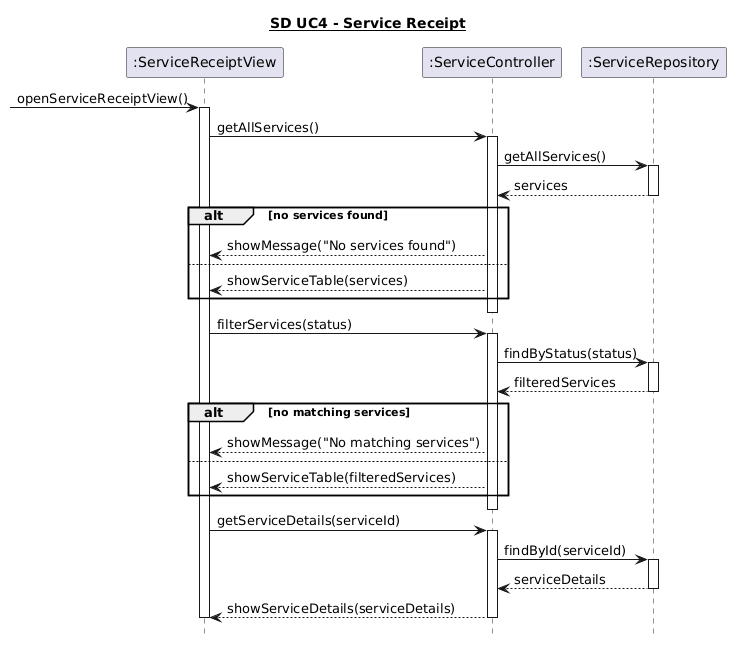
The PlantUML diagram 6. Sekvensdiagrammer/UC4_service_kvittering.png in Zoabz/Getting-Real, before a commit. Its diagram source:
```plantuml
@startuml
hide footbox
title <U>SD UC4 - Service Receipt

participant ":ServiceReceiptView" as View
participant ":ServiceController" as Controller
participant ":ServiceRepository" as Repository

[-> View : openServiceReceiptView()
activate View

View -> Controller : getAllServices()
activate Controller

Controller -> Repository : getAllServices()
activate Repository
Repository --> Controller : services
deactivate Repository

alt no services found
    Controller --> View : showMessage("No services found")

else
    Controller --> View : showServiceTable(services)
end

deactivate Controller

View -> Controller : filterServices(status)
activate Controller
Controller -> Repository : findByStatus(status)
activate Repository
Repository --> Controller : filteredServices
deactivate Repository

alt no matching services
    Controller --> View : showMessage("No matching services")
else
    Controller --> View : showServiceTable(filteredServices)
end

deactivate Controller

View -> Controller : getServiceDetails(serviceId)
activate Controller
Controller -> Repository : findById(serviceId)
activate Repository
Repository --> Controller : serviceDetails
deactivate Repository
Controller --> View : showServiceDetails(serviceDetails)

deactivate Controller
deactivate View
@enduml
```
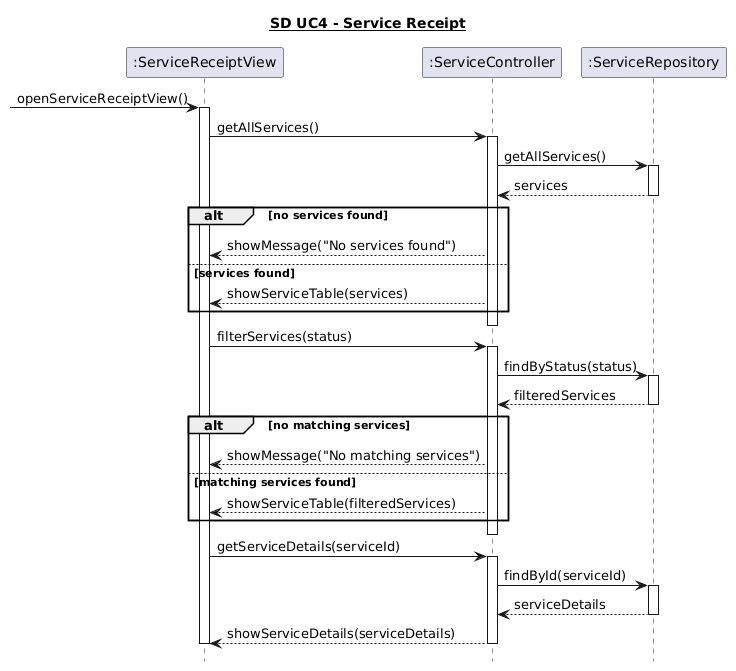
Above is the later version.

Change to the diagram source:
```diff
@@ -20,7 +20,7 @@
 alt no services found
     Controller --> View : showMessage("No services found")
 
-else
+else services found
     Controller --> View : showServiceTable(services)
 end
 
@@ -35,7 +35,7 @@
 
 alt no matching services
     Controller --> View : showMessage("No matching services")
-else
+else matching services found
     Controller --> View : showServiceTable(filteredServices)
 end
 
```
